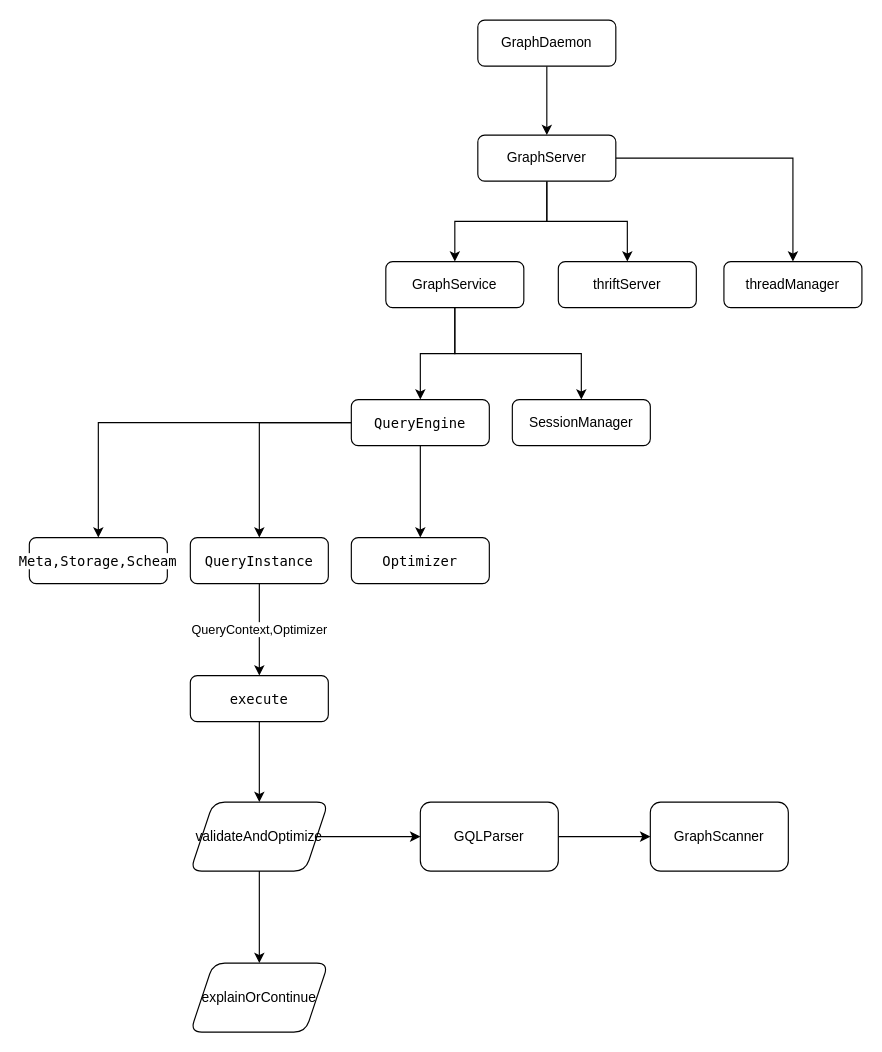
This is NebulaGraphQueryFlow.drawio from mizy/mizy, a draw.io file, before an edit. Source tidied: cells renumbered, new cells numbered last; positions are measured from the earlier drawing's top-left corner, leaving out a move shared by most shapes. Both pictures are drawn from the tidied source at 115%, with x=0, y=0 at pixel (29, 20).
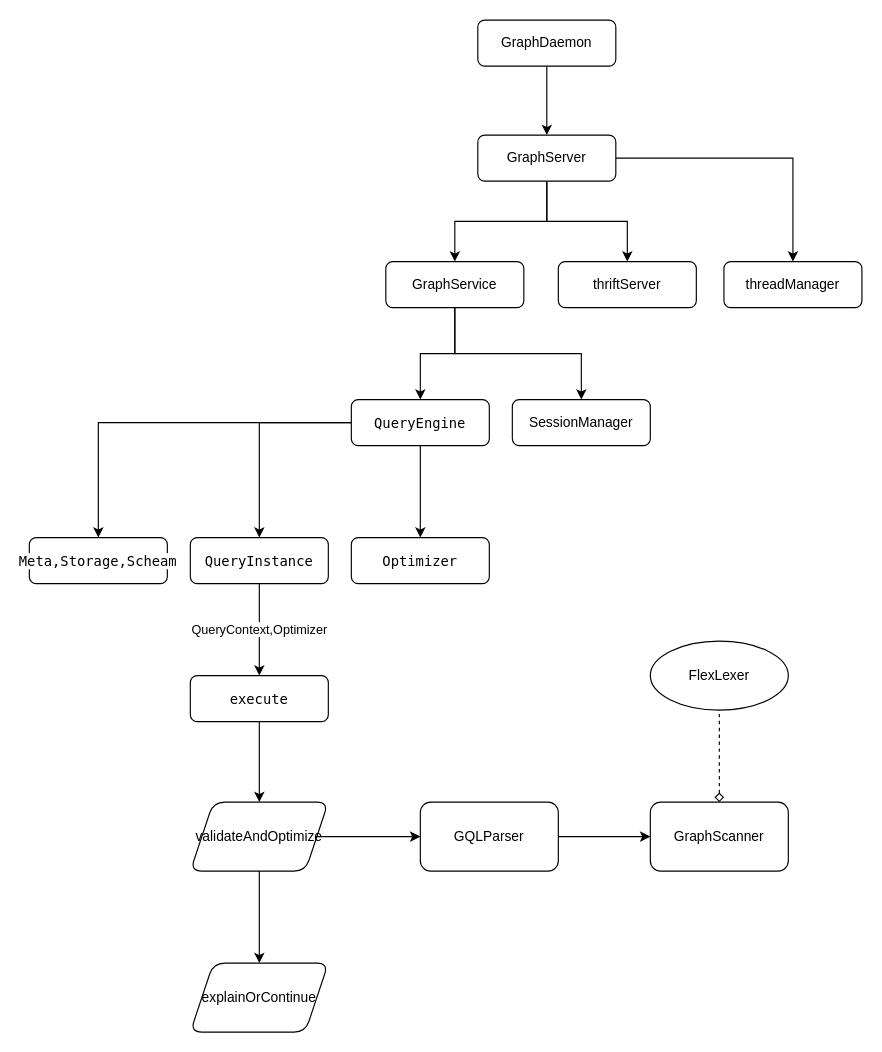
The same diagram, later.

Unchanged cells that the change refers to:
```xml
<mxCell id="30" value="GraphScanner" style="whiteSpace=wrap;html=1;rounded=1;glass=0;strokeWidth=1;shadow=0;" parent="1" vertex="1">
  <mxGeometry x="540" y="680" width="120" height="60" as="geometry" />
</mxCell>
```

Change to the diagram source:
```diff
@@
+    <mxCell id="31" style="edgeStyle=orthogonalEdgeStyle;rounded=0;jettySize=auto;html=1;fontColor=#000000;startArrow=diamond;startFill=0;endArrow=none;endFill=0;dashed=1;" parent="1" edge="1" source="30" target="32">
+      <mxGeometry relative="1" as="geometry" />
+    </mxCell>
@@
+    <mxCell id="32" value="FlexLexer" style="ellipse;whiteSpace=wrap;html=1;rounded=1;glass=0;strokeWidth=1;shadow=0;" parent="1" vertex="1">
+      <mxGeometry x="540" y="540" width="120" height="60" as="geometry" />
+    </mxCell>
```
